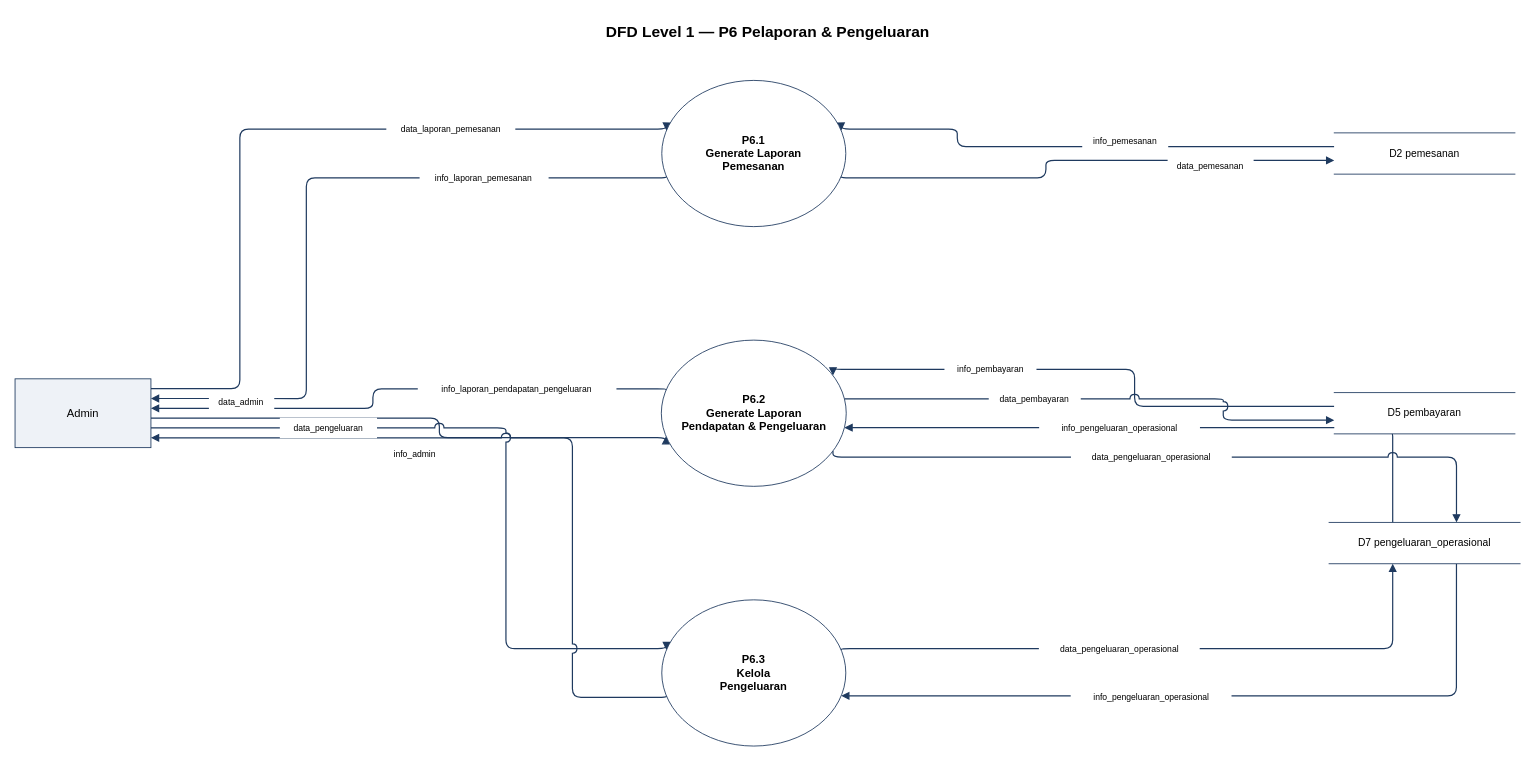
ryuken25/diagrams keeps this draw.io diagram as result/without/mellogang_dfd_level1_P6.drawio. Above is the earlier version. Source tidied: cells renumbered, new cells numbered last; positions are measured from the earlier drawing's top-left corner, leaving out a move shared by most shapes. Both pictures are drawn from the tidied source at 86%, with x=0, y=0 at pixel (15, 15).
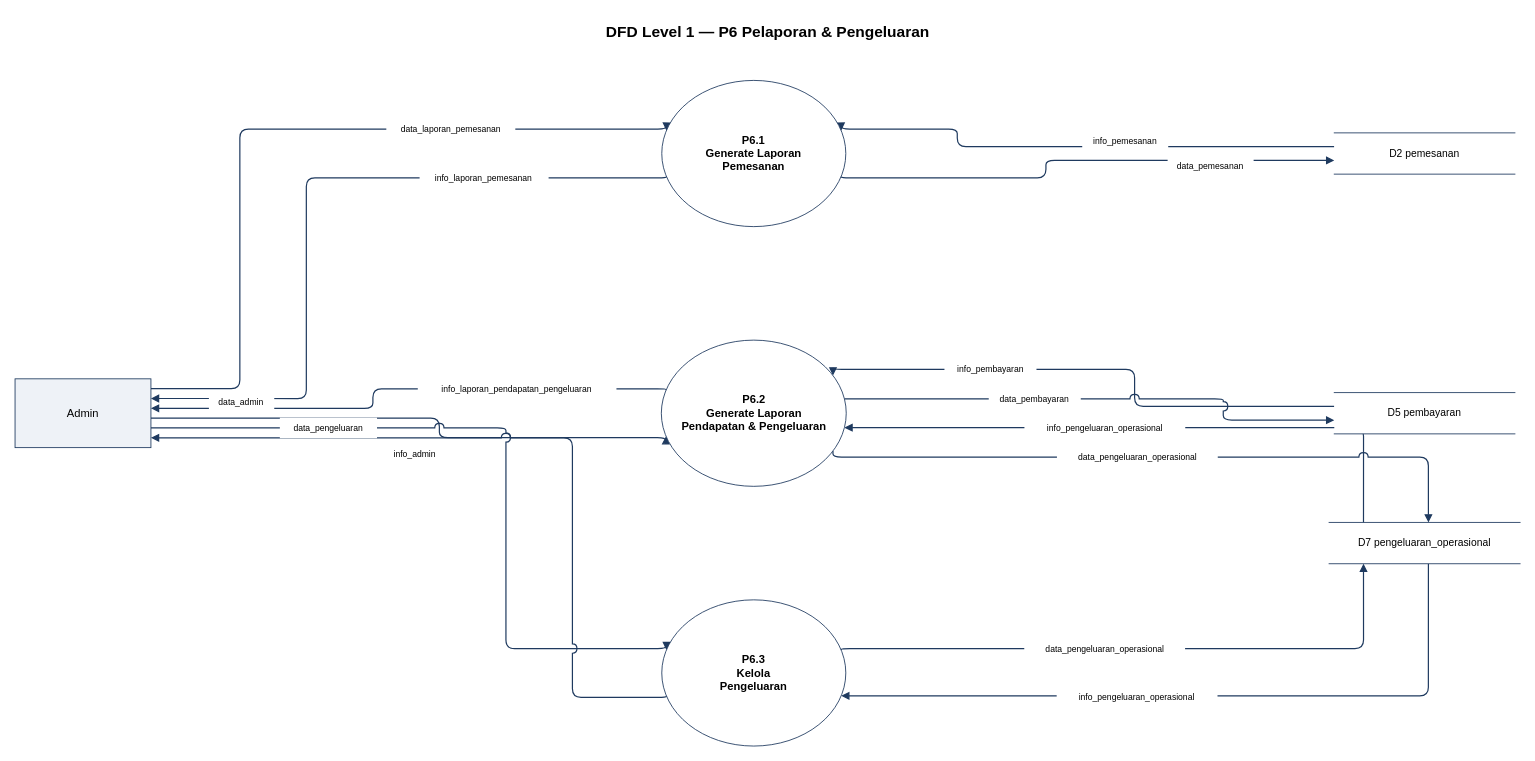
Above is the later version.

The change refers to these unchanged cells:
```xml
<mxCell id="17" value="P6.2&#10;Generate Laporan&#10;Pendapatan &amp; Pengeluaran" style="ellipse;whiteSpace=wrap;html=1;fillColor=#FFFFFF;strokeColor=#1F3A5F;fontSize=13;fontStyle=1;verticalAlign=middle;" parent="1" vertex="1">
  <mxGeometry x="751.5" y="378" width="215" height="170" as="geometry" />
</mxCell>
<mxCell id="18" value="P6.3&#10;Kelola&#10;Pengeluaran" style="ellipse;whiteSpace=wrap;html=1;fillColor=#FFFFFF;strokeColor=#1F3A5F;fontSize=13;fontStyle=1;verticalAlign=middle;" parent="1" vertex="1">
  <mxGeometry x="752" y="680" width="214" height="170" as="geometry" />
</mxCell>
<mxCell id="22" value="D7  pengeluaran_operasional" style="shape=partialRectangle;top=1;bottom=1;left=0;right=0;whiteSpace=wrap;html=1;fillColor=#FFFFFF;strokeColor=#1F3A5F;fontSize=12;align=center;" parent="1" vertex="1">
  <mxGeometry x="1528" y="590" width="222" height="48" as="geometry" />
</mxCell>
```

What changed in the source:
```diff
@@
-    <mxCell id="12" style="html=1;rounded=1;strokeColor=#1F3A5F;strokeWidth=1.4;endArrow=block;startArrow=none;jumpStyle=arc;jumpSize=10;edgeStyle=orthogonalEdgeStyle;exitX=0.333;exitY=0.000;entryX=1.000;entryY=0.600;exitDx=0;exitDy=0;entryDx=0;entryDy=0;" parent="1" edge="1" source="22" target="17">
+    <mxCell id="12" style="html=1;rounded=1;strokeColor=#1F3A5F;strokeWidth=1.4;endArrow=block;startArrow=none;jumpStyle=arc;jumpSize=10;edgeStyle=orthogonalEdgeStyle;exitX=0.180;exitY=0.000;entryX=1.000;entryY=0.600;exitDx=0;exitDy=0;entryDx=0;entryDy=0;" parent="1" edge="1" source="22" target="17">
       <mxGeometry relative="1" as="geometry">
         <Array as="points">
-          <mxPoint x="1602" y="590" />
-          <mxPoint x="1602" y="480" />
+          <mxPoint x="1568" y="590" />
+          <mxPoint x="1568" y="480" />
         </Array>
       </mxGeometry>
     </mxCell>
-    <mxCell id="13" style="html=1;rounded=1;strokeColor=#1F3A5F;strokeWidth=1.4;endArrow=block;startArrow=none;jumpStyle=arc;jumpSize=10;edgeStyle=orthogonalEdgeStyle;exitX=1.000;exitY=0.800;entryX=0.667;entryY=0.000;exitDx=0;exitDy=0;entryDx=0;entryDy=0;" parent="1" edge="1" source="17" target="22">
+    <mxCell id="13" style="html=1;rounded=1;strokeColor=#1F3A5F;strokeWidth=1.4;endArrow=block;startArrow=none;jumpStyle=arc;jumpSize=10;edgeStyle=orthogonalEdgeStyle;exitX=1.000;exitY=0.800;entryX=0.520;entryY=0.000;exitDx=0;exitDy=0;entryDx=0;entryDy=0;" parent="1" edge="1" source="17" target="22">
       <mxGeometry relative="1" as="geometry">
         <Array as="points">
-          <mxPoint x="1676" y="514" />
-          <mxPoint x="1676" y="590" />
+          <mxPoint x="1643.4" y="514" />
+          <mxPoint x="1643.4" y="590" />
         </Array>
       </mxGeometry>
     </mxCell>
-    <mxCell id="14" style="html=1;rounded=1;strokeColor=#1F3A5F;strokeWidth=1.4;endArrow=block;startArrow=none;jumpStyle=arc;jumpSize=10;edgeStyle=orthogonalEdgeStyle;exitX=1.000;exitY=0.333;entryX=0.333;entryY=1.000;exitDx=0;exitDy=0;entryDx=0;entryDy=0;" parent="1" edge="1" source="18" target="22">
+    <mxCell id="14" style="html=1;rounded=1;strokeColor=#1F3A5F;strokeWidth=1.4;endArrow=block;startArrow=none;jumpStyle=arc;jumpSize=10;edgeStyle=orthogonalEdgeStyle;exitX=1.000;exitY=0.333;entryX=0.180;entryY=1.000;exitDx=0;exitDy=0;entryDx=0;entryDy=0;" parent="1" edge="1" source="18" target="22">
       <mxGeometry relative="1" as="geometry">
         <Array as="points">
-          <mxPoint x="1602" y="736.7" />
-          <mxPoint x="1602" y="638" />
+          <mxPoint x="1568" y="736.7" />
+          <mxPoint x="1568" y="638" />
         </Array>
       </mxGeometry>
     </mxCell>
-    <mxCell id="15" style="html=1;rounded=1;strokeColor=#1F3A5F;strokeWidth=1.4;endArrow=block;startArrow=none;jumpStyle=arc;jumpSize=10;edgeStyle=orthogonalEdgeStyle;exitX=0.667;exitY=1.000;entryX=1.000;entryY=0.667;exitDx=0;exitDy=0;entryDx=0;entryDy=0;" parent="1" edge="1" source="22" target="18">
+    <mxCell id="15" style="html=1;rounded=1;strokeColor=#1F3A5F;strokeWidth=1.4;endArrow=block;startArrow=none;jumpStyle=arc;jumpSize=10;edgeStyle=orthogonalEdgeStyle;exitX=0.520;exitY=1.000;entryX=1.000;entryY=0.667;exitDx=0;exitDy=0;entryDx=0;entryDy=0;" parent="1" edge="1" source="22" target="18">
       <mxGeometry relative="1" as="geometry">
         <Array as="points">
-          <mxPoint x="1676" y="638" />
-          <mxPoint x="1676" y="793.3" />
+          <mxPoint x="1643.4" y="638" />
+          <mxPoint x="1643.4" y="793.3" />
         </Array>
       </mxGeometry>
     </mxCell>
@@
     <mxCell id="33" value="info_pengeluaran_operasional" style="text;html=1;align=center;verticalAlign=middle;fontSize=10;rounded=0;fillColor=#FFFFFF;strokeColor=none;whiteSpace=wrap;spacing=2;" parent="1" vertex="1">
-      <mxGeometry x="1190.8" y="468" width="187" height="24" as="geometry" />
+      <mxGeometry x="1173.7" y="468" width="187" height="24" as="geometry" />
     </mxCell>
     <mxCell id="34" value="data_pengeluaran_operasional" style="text;html=1;align=center;verticalAlign=middle;fontSize=10;rounded=0;fillColor=#FFFFFF;strokeColor=none;whiteSpace=wrap;spacing=2;" parent="1" vertex="1">
-      <mxGeometry x="1227.8" y="502" width="187" height="24" as="geometry" />
+      <mxGeometry x="1211.5" y="502" width="187" height="24" as="geometry" />
     </mxCell>
     <mxCell id="35" value="data_pengeluaran_operasional" style="text;html=1;align=center;verticalAlign=middle;fontSize=10;rounded=0;fillColor=#FFFFFF;strokeColor=none;whiteSpace=wrap;spacing=2;" parent="1" vertex="1">
-      <mxGeometry x="1190.5" y="724.6" width="187" height="24" as="geometry" />
+      <mxGeometry x="1173.5" y="724.6" width="187" height="24" as="geometry" />
     </mxCell>
     <mxCell id="36" value="info_pengeluaran_operasional" style="text;html=1;align=center;verticalAlign=middle;fontSize=10;rounded=0;fillColor=#FFFFFF;strokeColor=none;whiteSpace=wrap;spacing=2;" parent="1" vertex="1">
-      <mxGeometry x="1227.5" y="781.3" width="187" height="24" as="geometry" />
+      <mxGeometry x="1211.2" y="781.3" width="187" height="24" as="geometry" />
     </mxCell>
```
